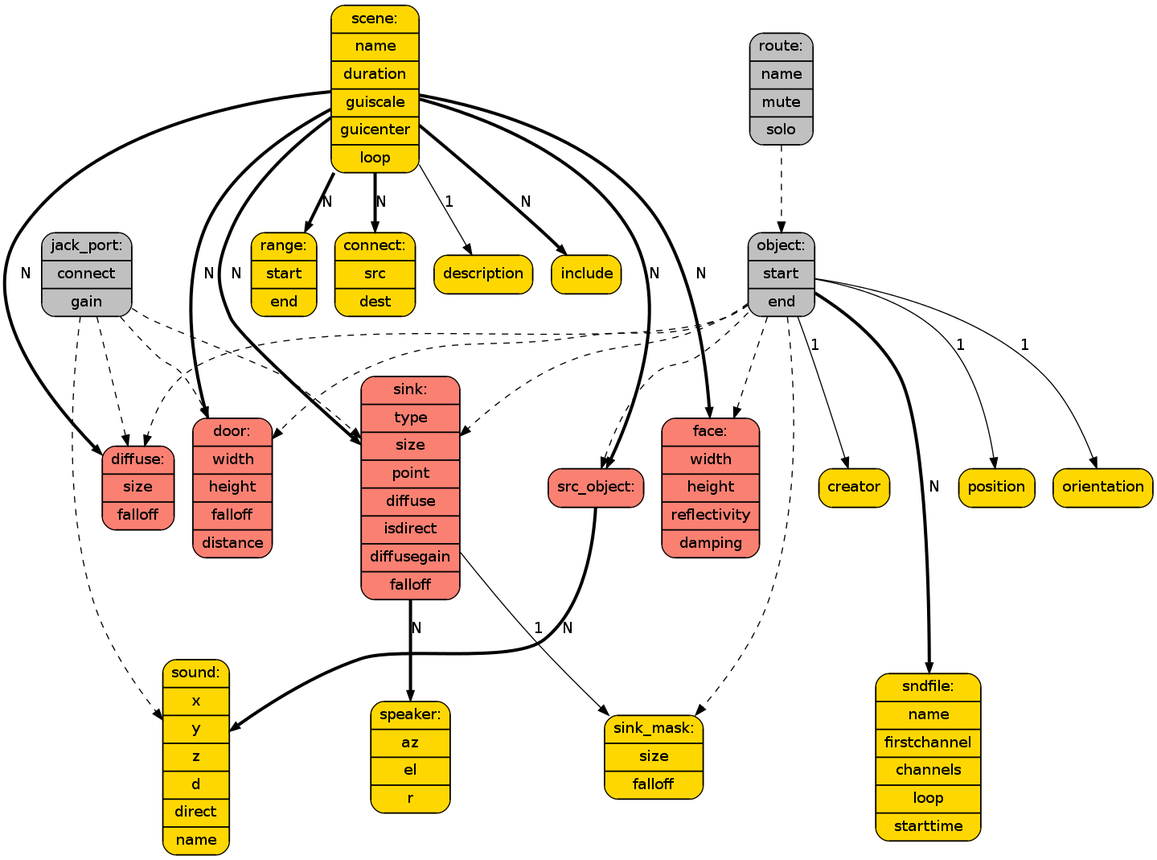
Above: doc/filestructure.png in HoerTech-gGmbH/tascar (Graphviz), before the change. Its source is kept beside it as doc/filestructure.dot.
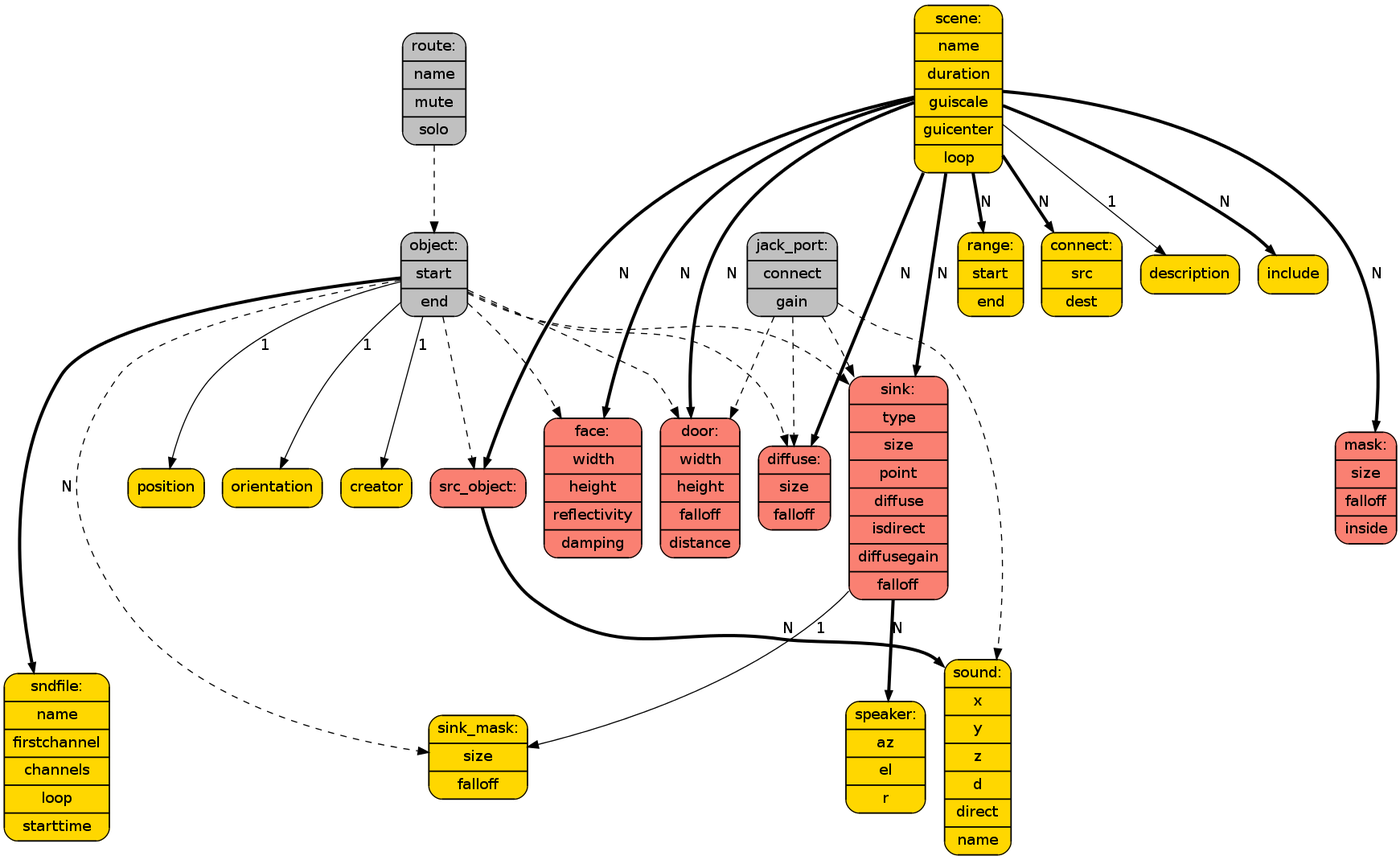
Above is the later version.

What changed in the source:
```diff
@@ -24,6 +24,8 @@
   sink_object [label="{sink:|type|size|point|diffuse|isdirect|diffusegain|falloff}",fillcolor="salmon"];
   face [label="{face:|width|height|reflectivity|damping}",fillcolor="salmon"];
 
+  mask_object [label="{mask:|size|falloff|inside}",fillcolor="salmon"];
+
   sink_mask [label="{sink_mask:|size|falloff}"];
   speaker [label="{speaker:|az|el|r}"];
   sndfile [label="{sndfile:|name|firstchannel|channels|loop|starttime}"];
@@ -38,6 +40,7 @@
     src_door;
     src_object;
     sink_object;
+    mask_object;
     face;
   }
 
@@ -75,6 +78,7 @@
   scene -> src_door [style="solid",label="N",penwidth="3"];
   scene -> src_diffuse [style="solid",label="N",penwidth="3"];
   scene -> sink_object [style="solid",label="N",penwidth="3"];
+  scene -> mask_object [style="solid",label="N",penwidth="3"];
   scene -> face [style="solid",label="N",penwidth="3"];
   scene -> range [style="solid",label="N",penwidth="3"];
   scene -> connect [style="solid",label="N",penwidth="3"];
```
